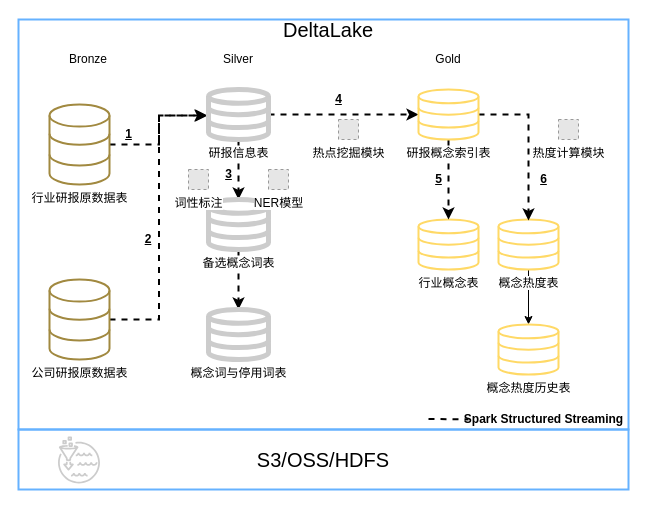
Above: tupian/三层表.drawio in JJFatherL/biyesheji (draw.io), before the change. Source tidied: cells renumbered, new cells numbered last; positions are measured from the earlier drawing's top-left corner, leaving out a move shared by most shapes. Both pictures are drawn from the tidied source at 100%, with x=0, y=0 at pixel (18, 19). Pictures stored in the file or linked from it are replaced by grey dashed boxes.
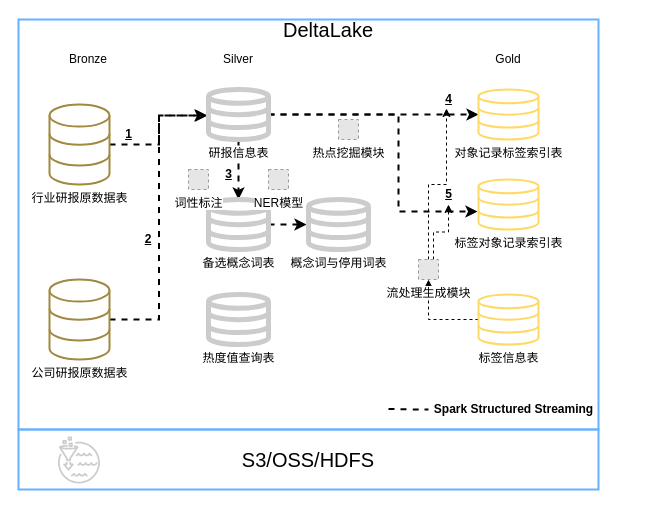
The same diagram, later.

Commit message:
更新三层表.drawio

The change refers to these unchanged cells:
```xml
<mxCell id="19" value="研报信息表" style="html=1;verticalLabelPosition=bottom;align=center;labelBackgroundColor=#ffffff;verticalAlign=top;strokeWidth=5;shadow=0;shape=mxgraph.ios7.icons.data;strokeColor=#CCCCCC;" parent="1" vertex="1">
  <mxGeometry x="190" y="70" width="60" height="50" as="geometry" />
</mxCell>
<mxCell id="25" value="备选概念词表" style="html=1;verticalLabelPosition=bottom;align=center;labelBackgroundColor=#ffffff;verticalAlign=top;strokeWidth=5;shadow=0;shape=mxgraph.ios7.icons.data;strokeColor=#CCCCCC;" parent="1" vertex="1">
  <mxGeometry x="190" y="180" width="60" height="50" as="geometry" />
</mxCell>
```

The edit, as a diff of the source:
```diff
@@
     <mxCell id="2" style="rounded=0;whiteSpace=wrap;html=1;labelBackgroundColor=none;strokeColor=#66B2FF;strokeWidth=2;fillColor=none;gradientColor=#FFFFFF;" parent="1" vertex="1">
-      <mxGeometry width="610" height="410" as="geometry" />
+      <mxGeometry width="580" height="410" as="geometry" />
     </mxCell>
     <mxCell id="3" value="&lt;font style=&quot;font-size: 20px&quot;&gt;S3/OSS/HDFS&lt;/font&gt;" style="rounded=0;whiteSpace=wrap;html=1;labelBackgroundColor=none;strokeColor=#66B2FF;strokeWidth=2;fillColor=none;gradientColor=#FFFFFF;" parent="1" vertex="1">
-      <mxGeometry y="410" width="610" height="60" as="geometry" />
+      <mxGeometry y="410" width="580" height="60" as="geometry" />
     </mxCell>
-    <mxCell id="4" style="edgeStyle=orthogonalEdgeStyle;rounded=0;jettySize=auto;html=1;endArrow=classic;endFill=1;strokeWidth=1;" parent="1" edge="1" source="5" target="36">
-      <mxGeometry relative="1" as="geometry" />
-    </mxCell>
-    <mxCell id="5" value="概念热度表" style="html=1;verticalLabelPosition=bottom;align=center;labelBackgroundColor=#ffffff;verticalAlign=top;strokeWidth=2;shadow=0;shape=mxgraph.ios7.icons.data;strokeColor=#FFD966;" parent="1" vertex="1">
-      <mxGeometry x="480" y="200" width="60" height="50" as="geometry" />
-    </mxCell>
@@
     <mxCell id="14" value="Gold" style="text;html=1;strokeColor=none;fillColor=none;align=center;verticalAlign=middle;whiteSpace=wrap;rounded=0;labelBackgroundColor=none;" parent="1" vertex="1">
-      <mxGeometry x="410" y="30" width="40" height="20" as="geometry" />
+      <mxGeometry x="470" y="30" width="40" height="20" as="geometry" />
     </mxCell>
     <mxCell id="15" style="endArrow=none;dashed=1;html=1;strokeWidth=2;" parent="1" edge="1">
       <mxGeometry relative="1" as="geometry">
-        <mxPoint x="410" y="399.5" as="sourcePoint" />
-        <mxPoint x="450" y="399.9" as="targetPoint" />
+        <mxPoint x="370" y="389.5" as="sourcePoint" />
+        <mxPoint x="410" y="389.9" as="targetPoint" />
+        <Array as="points">
+          <mxPoint x="400" y="390" />
+        </Array>
       </mxGeometry>
     </mxCell>
     <mxCell id="16" value="&lt;b&gt;Spark Structured Streaming&lt;/b&gt;" style="text;html=1;align=center;verticalAlign=middle;" parent="1" vertex="1">
-      <mxGeometry x="440" y="390" width="170" height="20" as="geometry" />
+      <mxGeometry x="410" y="380" width="170" height="20" as="geometry" />
     </mxCell>
@@
+    <mxCell id="39" style="edgeStyle=orthogonalEdgeStyle;rounded=0;jettySize=auto;html=1;entryX=-0.017;entryY=0.64;entryDx=0;entryDy=0;entryPerimeter=0;dashed=1;strokeWidth=2;" parent="1" edge="1" source="19" target="41">
+      <mxGeometry relative="1" as="geometry">
+        <Array as="points">
+          <mxPoint x="380" y="95" />
+          <mxPoint x="380" y="192" />
+        </Array>
+      </mxGeometry>
+    </mxCell>
@@
-    <mxCell id="20" value="行业概念表" style="html=1;verticalLabelPosition=bottom;align=center;labelBackgroundColor=#ffffff;verticalAlign=top;strokeWidth=2;shadow=0;shape=mxgraph.ios7.icons.data;strokeColor=#FFD966;" parent="1" vertex="1">
-      <mxGeometry x="400" y="200" width="60" height="50" as="geometry" />
-    </mxCell>
-    <mxCell id="21" style="edgeStyle=orthogonalEdgeStyle;rounded=0;jettySize=auto;html=1;endArrow=classic;endFill=1;strokeWidth=2;dashed=1;" parent="1" edge="1" source="23" target="20">
-      <mxGeometry relative="1" as="geometry" />
-    </mxCell>
-    <mxCell id="22" style="edgeStyle=orthogonalEdgeStyle;rounded=0;jettySize=auto;html=1;entryX=0.5;entryY=0.02;entryDx=0;entryDy=0;entryPerimeter=0;dashed=1;endArrow=classic;endFill=1;strokeWidth=2;" parent="1" edge="1" source="23" target="5">
-      <mxGeometry relative="1" as="geometry" />
-    </mxCell>
-    <mxCell id="23" value="研报概念索引表" style="html=1;verticalLabelPosition=bottom;align=center;labelBackgroundColor=#ffffff;verticalAlign=top;strokeWidth=2;shadow=0;shape=mxgraph.ios7.icons.data;strokeColor=#FFD966;" parent="1" vertex="1">
-      <mxGeometry x="400" y="70" width="60" height="50" as="geometry" />
+    <mxCell id="23" value="对象记录标签索引表" style="html=1;verticalLabelPosition=bottom;align=center;labelBackgroundColor=#ffffff;verticalAlign=top;strokeWidth=2;shadow=0;shape=mxgraph.ios7.icons.data;strokeColor=#FFD966;" parent="1" vertex="1">
+      <mxGeometry x="460" y="70" width="60" height="50" as="geometry" />
     </mxCell>
-    <mxCell id="24" style="edgeStyle=orthogonalEdgeStyle;rounded=0;jettySize=auto;html=1;entryX=0.5;entryY=0;entryDx=0;entryDy=0;entryPerimeter=0;dashed=1;strokeWidth=2;" parent="1" edge="1" source="25" target="27">
+    <mxCell id="24" style="edgeStyle=orthogonalEdgeStyle;rounded=0;jettySize=auto;html=1;entryX=-0.033;entryY=0.5;entryDx=0;entryDy=0;entryPerimeter=0;dashed=1;strokeWidth=2;" parent="1" edge="1" source="25" target="27">
       <mxGeometry relative="1" as="geometry" />
     </mxCell>
@@
     <mxCell id="27" value="概念词与停用词表" style="html=1;verticalLabelPosition=bottom;align=center;labelBackgroundColor=#ffffff;verticalAlign=top;strokeWidth=5;shadow=0;shape=mxgraph.ios7.icons.data;strokeColor=#CCCCCC;" parent="1" vertex="1">
-      <mxGeometry x="190" y="290" width="60" height="50" as="geometry" />
+      <mxGeometry x="290" y="180" width="60" height="50" as="geometry" />
     </mxCell>
@@
     <mxCell id="34" value="&lt;b&gt;&lt;u&gt;4&lt;/u&gt;&lt;/b&gt;" style="text;html=1;align=center;verticalAlign=middle;points=[];strokeColor=none;fillColor=none;" parent="1" vertex="1">
-      <mxGeometry x="310" y="70" width="20" height="20" as="geometry" />
+      <mxGeometry x="420" y="70" width="20" height="20" as="geometry" />
     </mxCell>
+    <mxCell id="40" value="热度值查询表" style="html=1;verticalLabelPosition=bottom;align=center;labelBackgroundColor=#ffffff;verticalAlign=top;strokeWidth=5;shadow=0;shape=mxgraph.ios7.icons.data;strokeColor=#CCCCCC;" parent="1" vertex="1">
+      <mxGeometry x="190" y="275" width="60" height="50" as="geometry" />
+    </mxCell>
+    <mxCell id="41" value="标签对象记录索引表" style="html=1;verticalLabelPosition=bottom;align=center;labelBackgroundColor=#ffffff;verticalAlign=top;strokeWidth=2;shadow=0;shape=mxgraph.ios7.icons.data;strokeColor=#FFD966;" parent="1" vertex="1">
+      <mxGeometry x="460" y="160" width="60" height="50" as="geometry" />
+    </mxCell>
+    <mxCell id="42" style="edgeStyle=orthogonalEdgeStyle;rounded=0;jettySize=auto;html=1;dashed=1;strokeWidth=1;" parent="1" edge="1" source="43" target="46">
+      <mxGeometry relative="1" as="geometry" />
+    </mxCell>
+    <mxCell id="43" value="标签信息表" style="html=1;verticalLabelPosition=bottom;align=center;labelBackgroundColor=#ffffff;verticalAlign=top;strokeWidth=2;shadow=0;shape=mxgraph.ios7.icons.data;strokeColor=#FFD966;" parent="1" vertex="1">
+      <mxGeometry x="460" y="275" width="60" height="50" as="geometry" />
+    </mxCell>
     <mxCell id="35" value="&lt;b&gt;&lt;u&gt;5&lt;/u&gt;&lt;/b&gt;" style="text;html=1;align=center;verticalAlign=middle;points=[];strokeColor=none;fillColor=none;" parent="1" vertex="1">
-      <mxGeometry x="410" y="150" width="20" height="20" as="geometry" />
+      <mxGeometry x="420" y="165" width="20" height="20" as="geometry" />
     </mxCell>
-    <mxCell id="36" value="概念热度历史表" style="html=1;verticalLabelPosition=bottom;align=center;labelBackgroundColor=#ffffff;verticalAlign=top;strokeWidth=2;shadow=0;shape=mxgraph.ios7.icons.data;strokeColor=#FFD966;" parent="1" vertex="1">
-      <mxGeometry x="480" y="305" width="60" height="50" as="geometry" />
-    </mxCell>
-    <mxCell id="37" value="&lt;b&gt;&lt;u&gt;6&lt;/u&gt;&lt;/b&gt;" style="text;html=1;align=center;verticalAlign=middle;strokeColor=none;fillColor=none;" parent="1" vertex="1">
-      <mxGeometry x="515" y="150" width="20" height="20" as="geometry" />
-    </mxCell>
-    <mxCell id="38" value="热度计算模块" style="fillColor=#E6E6E6;strokeColor=#999999;dashed=1;html=1;verticalAlign=top;verticalLabelPosition=bottom;labelBackgroundColor=#ffffff;" parent="1" vertex="1">
-      <mxGeometry x="540" y="100" width="20" height="20" as="geometry" />
-    </mxCell>
+    <mxCell id="44" style="edgeStyle=orthogonalEdgeStyle;rounded=0;jettySize=auto;html=1;exitX=0.5;exitY=0;exitDx=0;exitDy=0;entryX=0.4;entryY=0.95;entryDx=0;entryDy=0;entryPerimeter=0;dashed=1;strokeWidth=1;" parent="1" edge="1" source="46" target="34">
+      <mxGeometry relative="1" as="geometry" />
+    </mxCell>
+    <mxCell id="45" style="edgeStyle=orthogonalEdgeStyle;rounded=0;jettySize=auto;html=1;exitX=0.75;exitY=0;exitDx=0;exitDy=0;dashed=1;strokeWidth=1;" parent="1" edge="1" source="46" target="35">
+      <mxGeometry relative="1" as="geometry" />
+    </mxCell>
+    <mxCell id="46" value="流处理生成模块" style="fillColor=#E6E6E6;strokeColor=#999999;dashed=1;html=1;verticalAlign=top;verticalLabelPosition=bottom;labelBackgroundColor=#ffffff;" parent="1" vertex="1">
+      <mxGeometry x="400" y="240" width="20" height="20" as="geometry" />
+    </mxCell>
```
